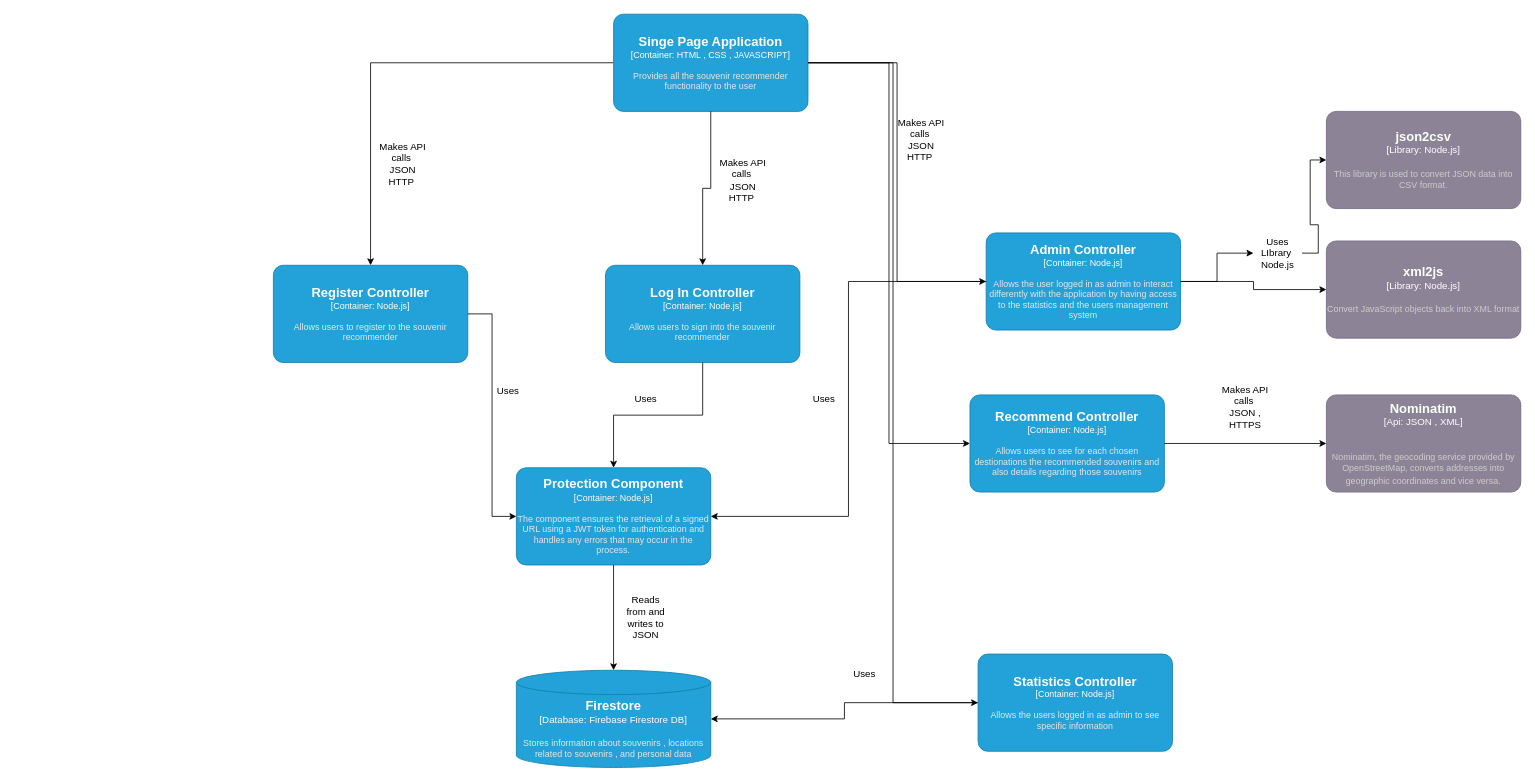
Above: Documentatie/Sore_C4_LEVEL3.drawio in BejenaruIoanMatei/TehnologiiWeb (draw.io), before the change. Source tidied: cells renumbered, new cells numbered last; positions are measured from the earlier drawing's top-left corner, leaving out a move shared by most shapes. Both pictures are drawn from the tidied source at 81%, with x=0, y=0 at pixel (273, 14).
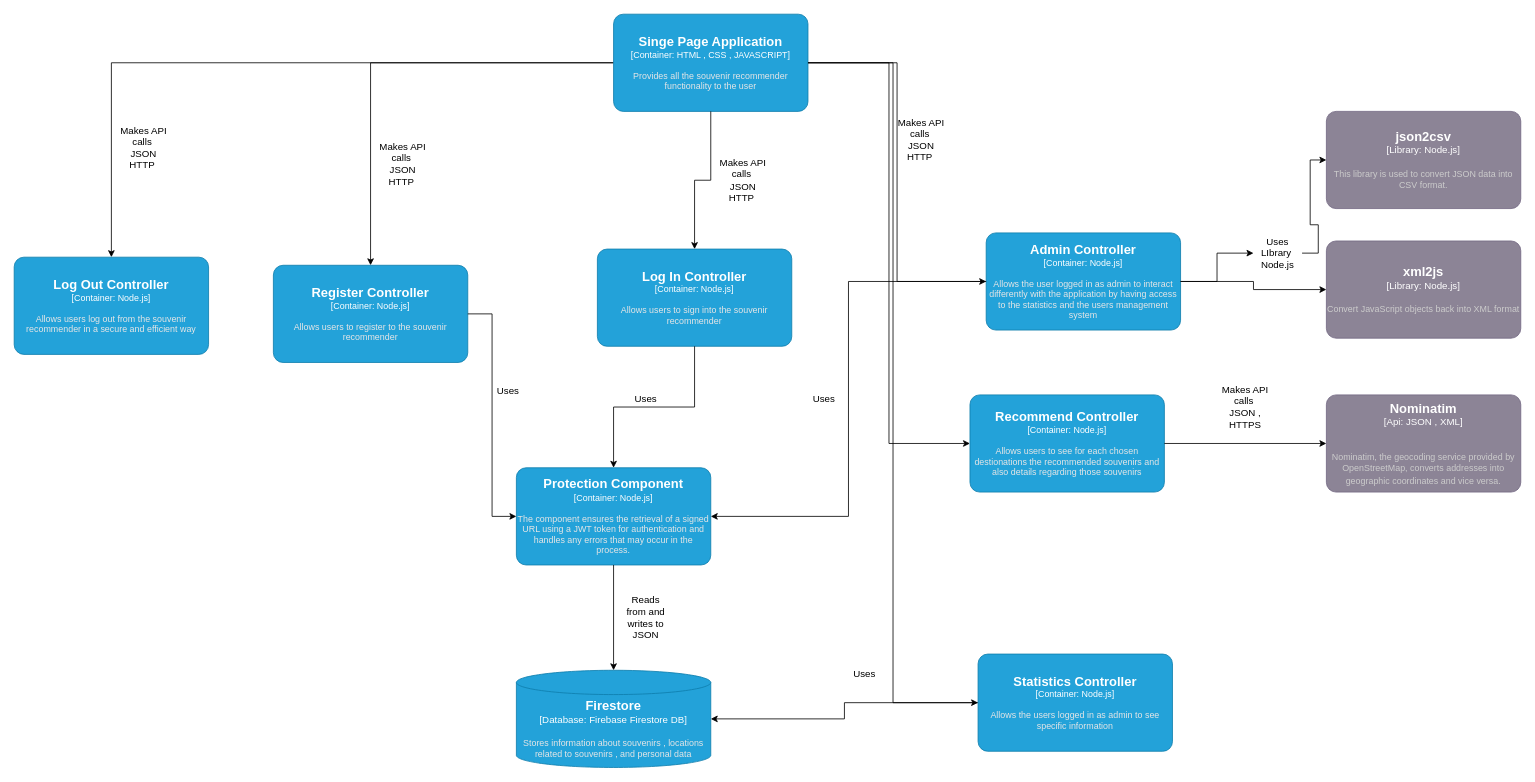
After the change.

Unchanged cells that the change refers to:
```xml
<object id="3" label="&lt;font style=&quot;font-size: 16px&quot;&gt;&lt;b&gt;%c4Name%&lt;/b&gt;&lt;/font&gt;&lt;div&gt;[%c4Type%: %c4Technology%]&lt;/div&gt;&lt;br&gt;&lt;div&gt;&lt;font style=&quot;font-size: 11px&quot;&gt;&lt;font color=&quot;#E6E6E6&quot;&gt;%c4Description%&lt;/font&gt;&lt;/div&gt;" c4Description="Provides all the souvenir recommender functionality to the user " c4Name="Singe Page Application" c4Technology="HTML , CSS , JAVASCRIPT" c4Type="Container" placeholders="1">
  <mxCell style="rounded=1;whiteSpace=wrap;html=1;fontSize=11;labelBackgroundColor=none;fillColor=#23A2D9;fontColor=#ffffff;align=center;arcSize=10;strokeColor=#0E7DAD;points=[[0.25,0,0],[0.5,0,0],[0.75,0,0],[1,0.25,0],[1,0.5,0],[1,0.75,0],[0.75,1,0],[0.5,1,0],[0.25,1,0],[0,0.75,0],[0,0.5,0],[0,0.25,0]];" parent="1" vertex="1">
    <mxGeometry x="420" width="240" height="120" as="geometry" />
  </mxCell>
</object>
```

Diff of the diagram source:
```diff
@@
+    <mxCell id="37" style="edgeStyle=orthogonalEdgeStyle;rounded=0;jettySize=auto;html=1;" parent="1" edge="1" source="3" target="38">
+      <mxGeometry relative="1" as="geometry" />
+    </mxCell>
@@
     <object id="5" label="&lt;font style=&quot;font-size: 16px&quot;&gt;&lt;b&gt;%c4Name%&lt;/b&gt;&lt;/font&gt;&lt;div&gt;[%c4Type%: %c4Technology%]&lt;/div&gt;&lt;br&gt;&lt;div&gt;&lt;font style=&quot;font-size: 11px&quot;&gt;&lt;font color=&quot;#E6E6E6&quot;&gt;%c4Description%&lt;/font&gt;&lt;/div&gt;" c4Description="Allows users to sign into the souvenir recommender" c4Name="Log In Controller" c4Technology="Node.js" c4Type="Container" placeholders="1">
       <mxCell style="rounded=1;whiteSpace=wrap;html=1;fontSize=11;labelBackgroundColor=none;fillColor=#23A2D9;fontColor=#ffffff;align=center;arcSize=10;strokeColor=#0E7DAD;points=[[0.25,0,0],[0.5,0,0],[0.75,0,0],[1,0.25,0],[1,0.5,0],[1,0.75,0],[0.75,1,0],[0.5,1,0],[0.25,1,0],[0,0.75,0],[0,0.5,0],[0,0.25,0]];" parent="1" vertex="1">
-        <mxGeometry x="410" y="310" width="240" height="120" as="geometry" />
+        <mxGeometry x="400" y="290" width="240" height="120" as="geometry" />
       </mxCell>
     </object>
@@
+    <object id="38" label="&lt;font style=&quot;font-size: 16px&quot;&gt;&lt;b&gt;%c4Name%&lt;/b&gt;&lt;/font&gt;&lt;div&gt;[%c4Type%: %c4Technology%]&lt;/div&gt;&lt;br&gt;&lt;div&gt;&lt;font style=&quot;font-size: 11px&quot;&gt;&lt;font color=&quot;#E6E6E6&quot;&gt;%c4Description%&lt;/font&gt;&lt;/div&gt;" c4Description="Allows users log out from the souvenir recommender in a secure and efficient way" c4Name="Log Out Controller" c4Technology="Node.js" c4Type="Container" placeholders="1">
+      <mxCell style="rounded=1;whiteSpace=wrap;html=1;fontSize=11;labelBackgroundColor=none;fillColor=#23A2D9;fontColor=#ffffff;align=center;arcSize=10;strokeColor=#0E7DAD;points=[[0.25,0,0],[0.5,0,0],[0.75,0,0],[1,0.25,0],[1,0.5,0],[1,0.75,0],[0.75,1,0],[0.5,1,0],[0.25,1,0],[0,0.75,0],[0,0.5,0],[0,0.25,0]];" parent="1" vertex="1">
+        <mxGeometry x="-320" y="300" width="240" height="120" as="geometry" />
+      </mxCell>
+    </object>
+    <mxCell id="39" value="Makes API calls&amp;nbsp;&lt;div&gt;JSON HTTP&amp;nbsp;&lt;/div&gt;" style="text;html=1;align=center;verticalAlign=middle;whiteSpace=wrap;rounded=0;" parent="1" vertex="1">
+      <mxGeometry x="-190" y="150" width="60" height="30" as="geometry" />
+    </mxCell>
```
